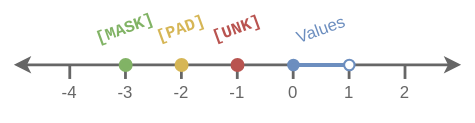
granthamtaylor/windmark keeps this draw.io diagram as docs/diagrams/continuous.drawio.svg. Above is the earlier version. Source tidied: cells renumbered, new cells last; positions are measured from the earlier drawing's top-left corner, leaving out a move shared by most shapes.
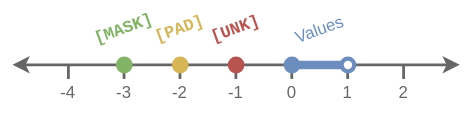
Above is the later version.

What changed in the source:
```diff
@@ -59,19 +59,19 @@
     <mxCell id="14" value="-3" style="whiteSpace=wrap;html=1;strokeColor=none;fillColor=none;fontColor=#666666;fontFamily=Arial;" parent="1" vertex="1">
       <mxGeometry x="60" y="40" width="40" height="40" as="geometry" />
     </mxCell>
-    <mxCell id="15" style="edgeStyle=none;orthogonalLoop=1;jettySize=auto;html=1;startArrow=oval;startFill=1;endArrow=oval;endFill=0;fillColor=#dae8fc;strokeColor=#6c8ebf;strokeWidth=3;fontFamily=Arial;" parent="1" edge="1">
+    <mxCell id="15" style="edgeStyle=none;orthogonalLoop=1;jettySize=auto;html=1;startArrow=oval;startFill=1;endArrow=oval;endFill=0;fillColor=#dae8fc;strokeColor=#6c8ebf;strokeWidth=6;fontFamily=Arial;" parent="1" edge="1">
       <mxGeometry relative="1" as="geometry">
         <mxPoint x="200" y="40" as="sourcePoint" />
         <mxPoint x="240" y="40" as="targetPoint" />
       </mxGeometry>
     </mxCell>
-    <mxCell id="16" style="ellipse;whiteSpace=wrap;html=1;fillColor=#b95450;strokeColor=#b85450;strokeWidth=2;fontFamily=Arial;" parent="1" vertex="1">
+    <mxCell id="16" style="ellipse;whiteSpace=wrap;html=1;fillColor=#b95450;strokeColor=#b85450;strokeWidth=4;fontFamily=Arial;" parent="1" vertex="1">
       <mxGeometry x="156" y="36" width="8" height="8" as="geometry" />
     </mxCell>
-    <mxCell id="17" style="ellipse;whiteSpace=wrap;html=1;fillColor=#d6b656;strokeColor=#d6b656;strokeWidth=2;fontFamily=Arial;" parent="1" vertex="1">
+    <mxCell id="17" style="ellipse;whiteSpace=wrap;html=1;fillColor=#d6b656;strokeColor=#d6b656;strokeWidth=4;fontFamily=Arial;" parent="1" vertex="1">
       <mxGeometry x="116" y="36" width="8" height="8" as="geometry" />
     </mxCell>
-    <mxCell id="18" style="ellipse;whiteSpace=wrap;html=1;fillColor=#81b365;strokeColor=#82b366;strokeWidth=2;fontFamily=Arial;" parent="1" vertex="1">
+    <mxCell id="18" style="ellipse;whiteSpace=wrap;html=1;fillColor=#81b365;strokeColor=#82b366;strokeWidth=4;fontFamily=Arial;" parent="1" vertex="1">
       <mxGeometry x="76" y="36" width="8" height="8" as="geometry" />
     </mxCell>
     <mxCell id="19" style="edgeStyle=none;orthogonalLoop=1;jettySize=auto;html=1;strokeWidth=2;startArrow=none;startFill=0;endArrow=none;endFill=0;fillColor=#f5f5f5;strokeColor=#666666;fontColor=#666666;fontFamily=Arial;" parent="1" edge="1">
```
